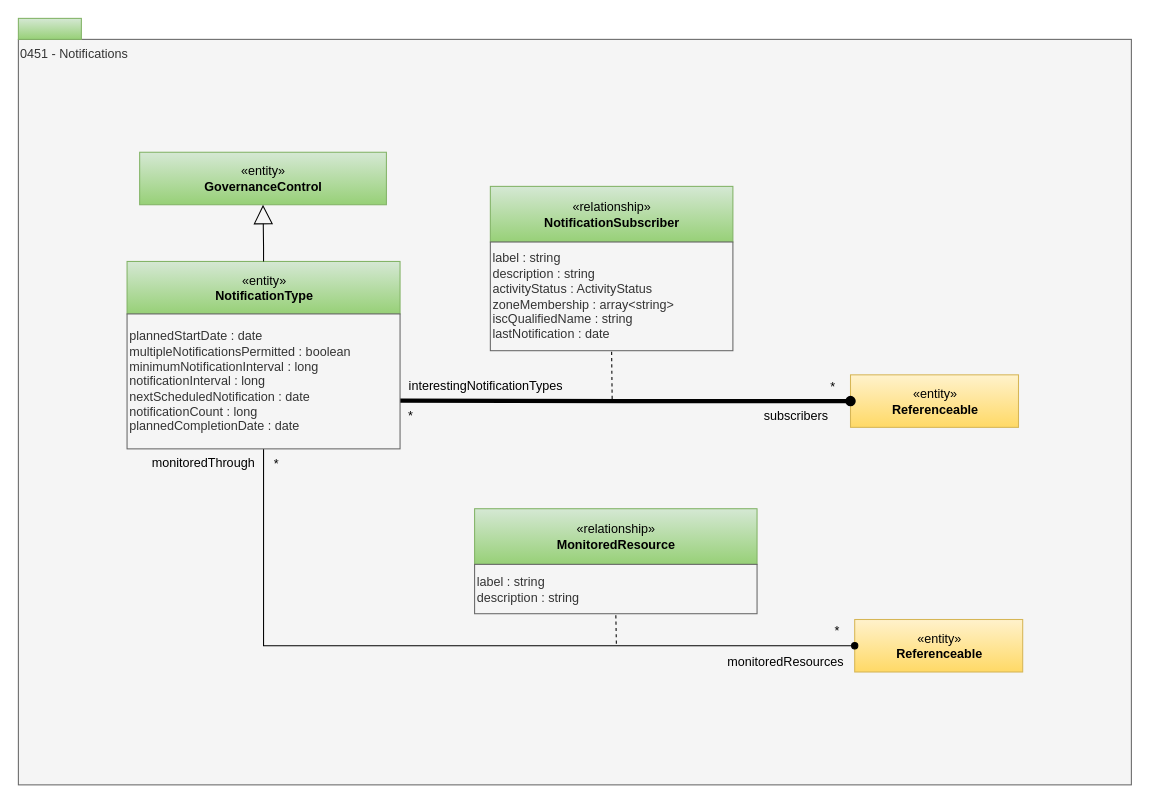
odpi/egeria-docs keeps this draw.io diagram as page "0451-Notifications" (17 of 30) of site/docs/types/4/area-4-governance.drawio. Above is the earlier version. Source tidied: cells renumbered, new cells numbered last; positions are measured from the earlier drawing's top-left corner, leaving out a move shared by most shapes. Both pictures are drawn from the tidied source at 105%, with x=0, y=0 at pixel (18, 18).
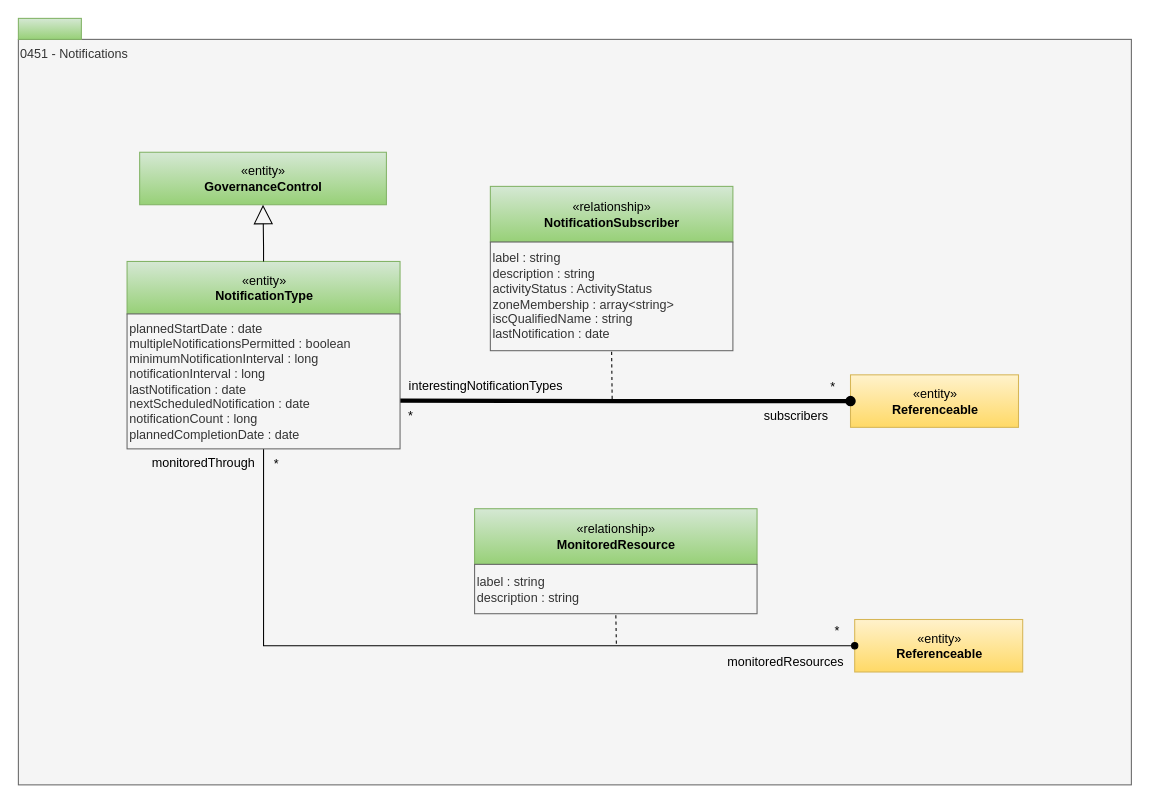
Above is the later version.

Change to the diagram source:
```diff
@@
-    <mxCell id="24" value="plannedStartDate : date&lt;div&gt;multipleNotificationsPermitted : boolean&lt;/div&gt;&lt;div&gt;minimumNotificationInterval : long&lt;br&gt;&lt;div&gt;notificationInterval : long&lt;/div&gt;&lt;div&gt;nextScheduledNotification : date&lt;/div&gt;&lt;div&gt;notificationCount : long&lt;/div&gt;&lt;div&gt;plannedCompletionDate : date&lt;/div&gt;&lt;/div&gt;" style="rounded=0;whiteSpace=wrap;html=1;strokeColor=#666666;align=left;fillColor=#f5f5f5;fontColor=#333333;" parent="1" vertex="1">
+    <mxCell id="24" value="plannedStartDate : date&lt;div&gt;multipleNotificationsPermitted : boolean&lt;/div&gt;&lt;div&gt;minimumNotificationInterval : long&lt;br&gt;&lt;div&gt;notificationInterval : long&lt;/div&gt;&lt;div&gt;lastNotification : date&lt;/div&gt;&lt;div&gt;nextScheduledNotification : date&lt;/div&gt;&lt;div&gt;notificationCount : long&lt;/div&gt;&lt;div&gt;plannedCompletionDate : date&lt;/div&gt;&lt;/div&gt;" style="rounded=0;whiteSpace=wrap;html=1;strokeColor=#666666;align=left;fillColor=#f5f5f5;fontColor=#333333;" parent="1" vertex="1">
       <mxGeometry x="103.5" y="281.5" width="260" height="128.5" as="geometry" />
     </mxCell>
```
